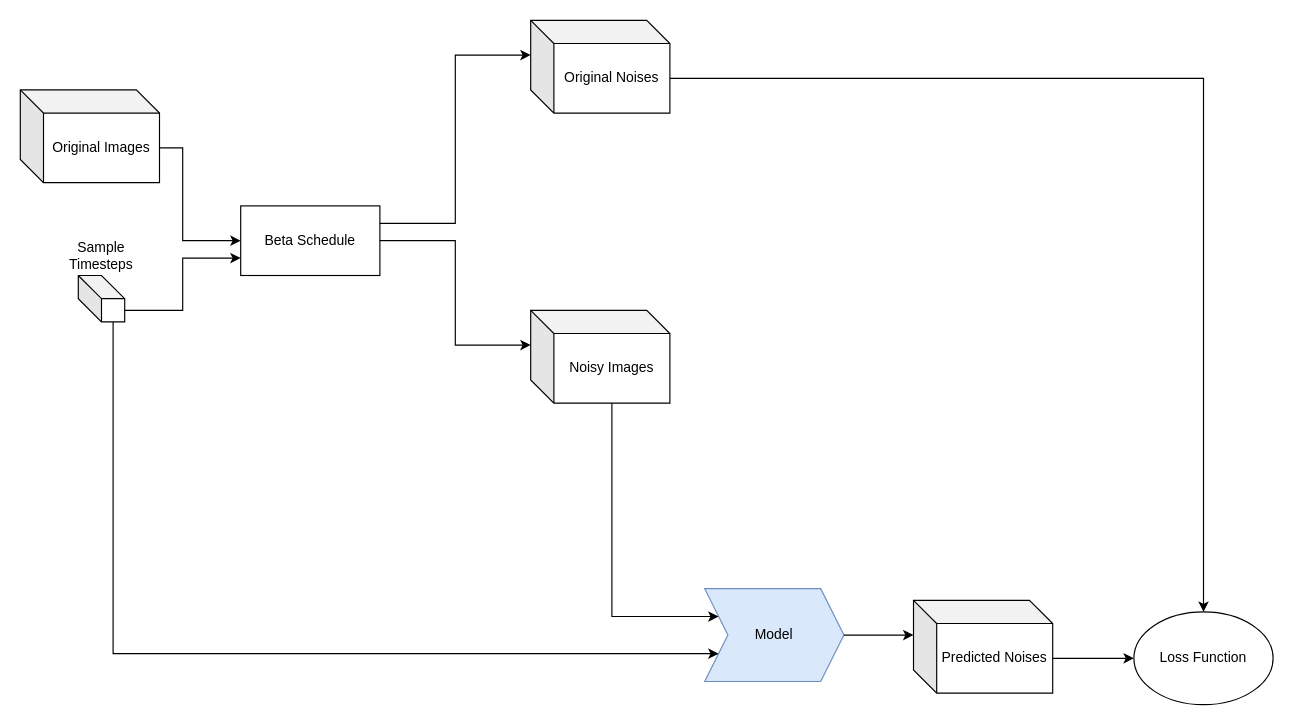
Above: assets/training_diagram.drawio in duongngockhanh/denoising-diffusion-pytorch (draw.io), before the change. Source tidied: cells renumbered, new cells numbered last; positions are measured from the earlier drawing's top-left corner, leaving out a move shared by most shapes. Both pictures are drawn from the tidied source at 116%, with x=0, y=0 at pixel (20, 20).
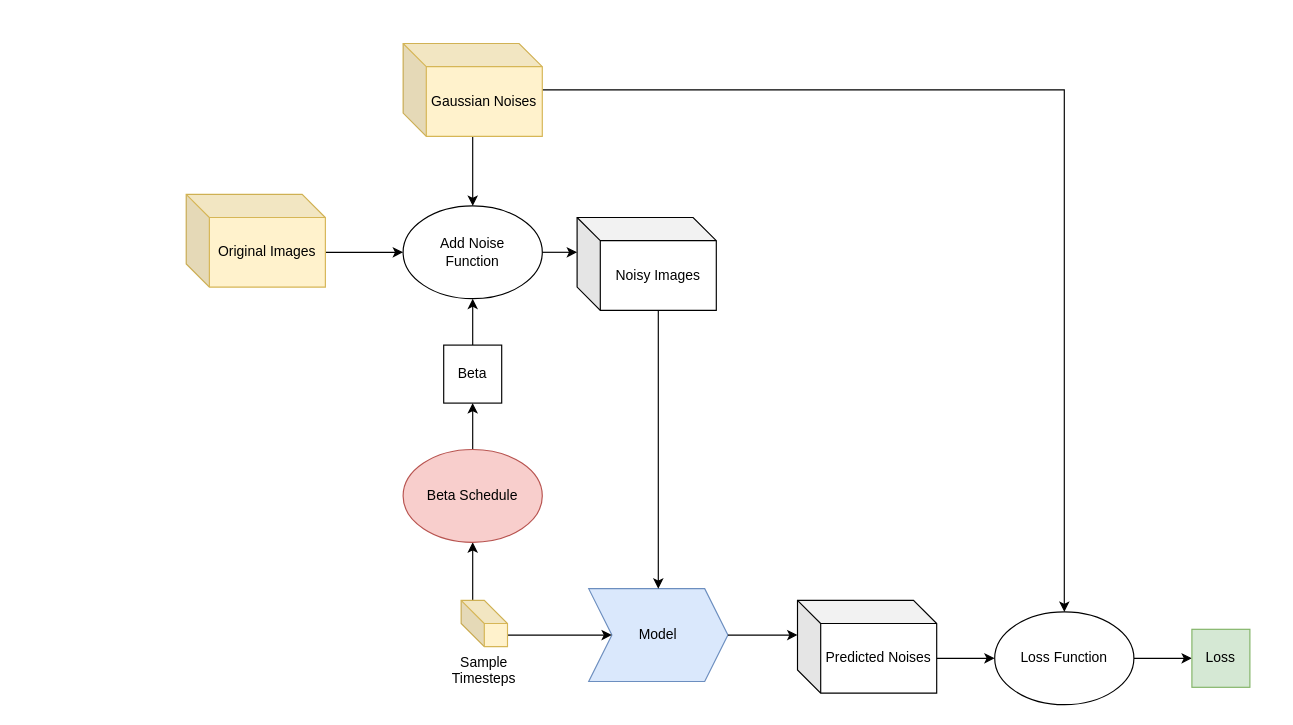
After the change.

Commit message (it also covers changes not shown here):
add sampling_diagram and revise training_diagram

The edit, as a diff of the source:
```diff
@@
     <mxCell id="2" value="Model" style="shape=step;perimeter=stepPerimeter;whiteSpace=wrap;html=1;fixedSize=1;labelBackgroundColor=none;fillColor=#dae8fc;strokeColor=#6c8ebf;" parent="1" vertex="1">
-      <mxGeometry x="590" y="490" width="120" height="80" as="geometry" />
+      <mxGeometry x="490" y="490" width="120" height="80" as="geometry" />
     </mxCell>
-    <mxCell id="3" value="Beta Schedule" style="rounded=0;whiteSpace=wrap;html=1;" parent="1" vertex="1">
-      <mxGeometry x="190" y="160" width="120" height="60" as="geometry" />
-    </mxCell>
-    <mxCell id="4" style="edgeStyle=orthogonalEdgeStyle;rounded=0;jettySize=auto;html=1;exitX=0;exitY=0;exitDx=120;exitDy=50;exitPerimeter=0;" parent="1" edge="1" source="5">
-      <mxGeometry relative="1" as="geometry">
-        <mxPoint x="190" y="190" as="targetPoint" />
-        <Array as="points">
-          <mxPoint x="140" y="110" />
-          <mxPoint x="140" y="190" />
-        </Array>
-      </mxGeometry>
-    </mxCell>
+    <mxCell id="19" style="edgeStyle=orthogonalEdgeStyle;rounded=0;jettySize=auto;html=1;exitX=0;exitY=0;exitDx=119.99999999999999;exitDy=50;exitPerimeter=0;entryX=0;entryY=0.5;entryDx=0;entryDy=0;" parent="1" edge="1" source="5" target="26">
+      <mxGeometry relative="1" as="geometry" />
+    </mxCell>
-    <mxCell id="5" value="Original Images" style="shape=cube;whiteSpace=wrap;html=1;boundedLbl=1;backgroundOutline=1;darkOpacity=0.05;darkOpacity2=0.1;" parent="1" vertex="1">
-      <mxGeometry y="60" width="120" height="80" as="geometry" />
+    <mxCell id="5" value="Original Images" style="shape=cube;whiteSpace=wrap;html=1;boundedLbl=1;backgroundOutline=1;darkOpacity=0.05;darkOpacity2=0.1;fillColor=#fff2cc;strokeColor=#d6b656;" parent="1" vertex="1">
+      <mxGeometry x="143" y="150" width="120" height="80" as="geometry" />
     </mxCell>
+    <mxCell id="7" style="edgeStyle=orthogonalEdgeStyle;rounded=0;jettySize=auto;html=1;exitX=0;exitY=0;exitDx=10;exitDy=0;exitPerimeter=0;entryX=0.5;entryY=1;entryDx=0;entryDy=0;" parent="1" edge="1" source="8" target="3">
+      <mxGeometry relative="1" as="geometry" />
+    </mxCell>
-    <mxCell id="6" style="edgeStyle=orthogonalEdgeStyle;rounded=0;jettySize=auto;html=1;exitX=0;exitY=0;exitDx=30;exitDy=40;exitPerimeter=0;entryX=0;entryY=0.75;entryDx=0;entryDy=0;" parent="1" edge="1" source="8" target="2">
-      <mxGeometry relative="1" as="geometry">
-        <Array as="points">
-          <mxPoint x="80" y="546" />
-        </Array>
-      </mxGeometry>
+    <mxCell id="6" style="edgeStyle=orthogonalEdgeStyle;rounded=0;jettySize=auto;html=1;exitX=0;exitY=0;exitDx=40;exitDy=30;exitPerimeter=0;" parent="1" edge="1" source="8" target="2">
+      <mxGeometry relative="1" as="geometry" />
     </mxCell>
-    <mxCell id="7" style="edgeStyle=orthogonalEdgeStyle;rounded=0;jettySize=auto;html=1;exitX=0;exitY=0;exitDx=40;exitDy=30;exitPerimeter=0;entryX=0;entryY=0.75;entryDx=0;entryDy=0;" parent="1" edge="1" source="8" target="3">
-      <mxGeometry relative="1" as="geometry" />
-    </mxCell>
-    <mxCell id="8" value="Sample Timesteps" style="shape=cube;whiteSpace=wrap;html=1;boundedLbl=1;backgroundOutline=1;darkOpacity=0.05;darkOpacity2=0.1;labelPosition=center;verticalLabelPosition=top;align=center;verticalAlign=bottom;" parent="1" vertex="1">
-      <mxGeometry x="50" y="220" width="40" height="40" as="geometry" />
+    <mxCell id="8" value="Sample Timesteps" style="shape=cube;whiteSpace=wrap;html=1;boundedLbl=1;backgroundOutline=1;darkOpacity=0.05;darkOpacity2=0.1;labelPosition=center;verticalLabelPosition=bottom;align=center;verticalAlign=top;fillColor=#fff2cc;strokeColor=#d6b656;" parent="1" vertex="1">
+      <mxGeometry x="380" y="500" width="40" height="40" as="geometry" />
     </mxCell>
-    <mxCell id="9" style="edgeStyle=orthogonalEdgeStyle;rounded=0;jettySize=auto;html=1;exitX=0;exitY=0;exitDx=70;exitDy=80;exitPerimeter=0;entryX=0;entryY=0.25;entryDx=0;entryDy=0;" parent="1" edge="1" source="10" target="2">
-      <mxGeometry relative="1" as="geometry">
-        <Array as="points">
-          <mxPoint x="510" y="514" />
-        </Array>
-      </mxGeometry>
+    <mxCell id="9" style="edgeStyle=orthogonalEdgeStyle;rounded=0;jettySize=auto;html=1;exitX=0;exitY=0;exitDx=70;exitDy=80;exitPerimeter=0;entryX=0.5;entryY=0;entryDx=0;entryDy=0;" parent="1" edge="1" source="10" target="2">
+      <mxGeometry relative="1" as="geometry" />
     </mxCell>
     <mxCell id="10" value="Noisy Images" style="shape=cube;whiteSpace=wrap;html=1;boundedLbl=1;backgroundOutline=1;darkOpacity=0.05;darkOpacity2=0.1;" parent="1" vertex="1">
-      <mxGeometry x="440" y="250" width="120" height="80" as="geometry" />
+      <mxGeometry x="480" y="170" width="120" height="80" as="geometry" />
     </mxCell>
-    <mxCell id="11" style="edgeStyle=orthogonalEdgeStyle;rounded=0;jettySize=auto;html=1;exitX=0;exitY=0;exitDx=120;exitDy=50;exitPerimeter=0;entryX=0.5;entryY=0;entryDx=0;entryDy=0;" parent="1" edge="1" source="12" target="16">
+    <mxCell id="11" style="edgeStyle=orthogonalEdgeStyle;rounded=0;jettySize=auto;html=1;entryX=0.5;entryY=0;entryDx=0;entryDy=0;" parent="1" edge="1" source="12" target="16">
       <mxGeometry relative="1" as="geometry" />
     </mxCell>
+    <mxCell id="20" style="edgeStyle=orthogonalEdgeStyle;rounded=0;jettySize=auto;html=1;entryX=0.5;entryY=0;entryDx=0;entryDy=0;" parent="1" edge="1" source="12" target="26">
+      <mxGeometry relative="1" as="geometry" />
+    </mxCell>
-    <mxCell id="12" value="Original Noises" style="shape=cube;whiteSpace=wrap;html=1;boundedLbl=1;backgroundOutline=1;darkOpacity=0.05;darkOpacity2=0.1;" parent="1" vertex="1">
-      <mxGeometry x="440" width="120" height="80" as="geometry" />
+    <mxCell id="12" value="Gaussian Noises" style="shape=cube;whiteSpace=wrap;html=1;boundedLbl=1;backgroundOutline=1;darkOpacity=0.05;darkOpacity2=0.1;fillColor=#fff2cc;strokeColor=#d6b656;" parent="1" vertex="1">
+      <mxGeometry x="330" y="20" width="120" height="80" as="geometry" />
     </mxCell>
@@
     <mxCell id="14" value="Predicted Noises" style="shape=cube;whiteSpace=wrap;html=1;boundedLbl=1;backgroundOutline=1;darkOpacity=0.05;darkOpacity2=0.1;" parent="1" vertex="1">
-      <mxGeometry x="770" y="500" width="120" height="80" as="geometry" />
+      <mxGeometry x="670" y="500" width="120" height="80" as="geometry" />
     </mxCell>
@@
+    <mxCell id="21" style="edgeStyle=orthogonalEdgeStyle;rounded=0;jettySize=auto;html=1;exitX=1;exitY=0.5;exitDx=0;exitDy=0;entryX=0;entryY=0.5;entryDx=0;entryDy=0;" parent="1" edge="1" source="16" target="25">
+      <mxGeometry relative="1" as="geometry" />
+    </mxCell>
     <mxCell id="16" value="Loss Function" style="ellipse;whiteSpace=wrap;html=1;" parent="1" vertex="1">
-      <mxGeometry x="960" y="510" width="120" height="80" as="geometry" />
+      <mxGeometry x="840" y="510" width="120" height="80" as="geometry" />
     </mxCell>
-    <mxCell id="17" style="edgeStyle=orthogonalEdgeStyle;rounded=0;jettySize=auto;html=1;exitX=1;exitY=0.25;exitDx=0;exitDy=0;entryX=0;entryY=0;entryDx=0;entryDy=30;entryPerimeter=0;" parent="1" edge="1" source="3" target="12">
-      <mxGeometry relative="1" as="geometry" />
-    </mxCell>
-    <mxCell id="18" style="edgeStyle=orthogonalEdgeStyle;rounded=0;jettySize=auto;html=1;exitX=1;exitY=0.5;exitDx=0;exitDy=0;entryX=0;entryY=0;entryDx=0;entryDy=30;entryPerimeter=0;" parent="1" edge="1" source="3" target="10">
-      <mxGeometry relative="1" as="geometry" />
-    </mxCell>
+    <mxCell id="22" style="edgeStyle=orthogonalEdgeStyle;rounded=0;jettySize=auto;html=1;entryX=0.5;entryY=1;entryDx=0;entryDy=0;" parent="1" edge="1" source="3" target="24">
+      <mxGeometry relative="1" as="geometry" />
+    </mxCell>
+    <mxCell id="3" value="Beta Schedule" style="ellipse;whiteSpace=wrap;html=1;fillColor=#f8cecc;strokeColor=#b85450;" parent="1" vertex="1">
+      <mxGeometry x="330" y="370" width="120" height="80" as="geometry" />
+    </mxCell>
+    <mxCell id="23" style="edgeStyle=orthogonalEdgeStyle;rounded=0;jettySize=auto;html=1;entryX=0.5;entryY=1;entryDx=0;entryDy=0;" parent="1" edge="1" source="24" target="26">
+      <mxGeometry relative="1" as="geometry" />
+    </mxCell>
+    <mxCell id="24" value="Beta" style="whiteSpace=wrap;html=1;" parent="1" vertex="1">
+      <mxGeometry x="365" y="280" width="50" height="50" as="geometry" />
+    </mxCell>
+    <mxCell id="25" value="Loss" style="whiteSpace=wrap;html=1;fillColor=#d5e8d4;strokeColor=#82b366;" parent="1" vertex="1">
+      <mxGeometry x="1010" y="525" width="50" height="50" as="geometry" />
+    </mxCell>
+    <mxCell id="26" value="Add Noise&lt;br&gt;Function" style="ellipse;whiteSpace=wrap;html=1;" parent="1" vertex="1">
+      <mxGeometry x="330" y="160" width="120" height="80" as="geometry" />
+    </mxCell>
+    <mxCell id="27" style="edgeStyle=orthogonalEdgeStyle;rounded=0;jettySize=auto;html=1;exitX=1;exitY=0.5;exitDx=0;exitDy=0;entryX=0;entryY=0;entryDx=0;entryDy=30;entryPerimeter=0;" parent="1" edge="1" source="26" target="10">
+      <mxGeometry relative="1" as="geometry" />
+    </mxCell>
```
